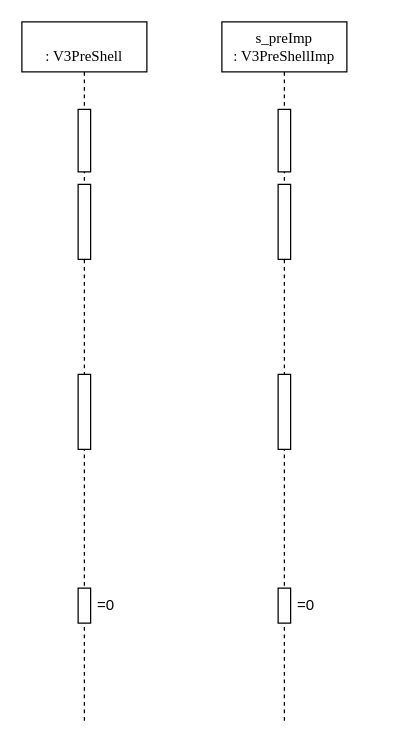
Above: verilator_digrams/YY_INPUT.drawio in Dercury/CLDK (draw.io), before the change. Source tidied: cells renumbered, new cells numbered last; positions are measured from the earlier drawing's top-left corner, leaving out a move shared by most shapes. Both pictures are drawn from the tidied source at 125%, with x=0, y=0 at pixel (21, 21).
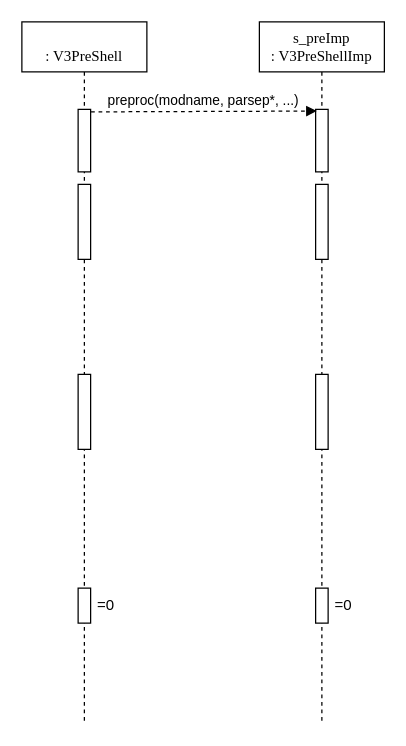
After the change.

Change to the diagram source:
```diff
@@
 <mxGraphModel>
   <root>
     <mxCell id="0" />
     <mxCell id="1" parent="0" />
     <mxCell id="2" value="&lt;br&gt;: V3PreShell" style="shape=umlLifeline;perimeter=lifelinePerimeter;whiteSpace=wrap;html=1;fontFamily=Times New Roman;" parent="1" vertex="1">
       <mxGeometry width="100" height="562" as="geometry" />
     </mxCell>
     <mxCell id="3" style="html=1;points=[];perimeter=orthogonalPerimeter;" parent="2" vertex="1">
       <mxGeometry x="45" y="70" width="10" height="50" as="geometry" />
     </mxCell>
     <mxCell id="4" style="html=1;perimeter=orthogonalPerimeter;" parent="2" vertex="1">
       <mxGeometry x="45" y="130" width="10" height="60" as="geometry" />
     </mxCell>
     <mxCell id="5" style="html=1;perimeter=orthogonalPerimeter;" parent="2" vertex="1">
       <mxGeometry x="45" y="282" width="10" height="60" as="geometry" />
     </mxCell>
     <mxCell id="6" style="html=1;perimeter=orthogonalPerimeter;" parent="2" vertex="1">
       <mxGeometry x="45" y="453" width="10" height="28" as="geometry" />
     </mxCell>
     <mxCell id="7" value="=0" style="text;html=1;strokeColor=none;fillColor=none;align=center;verticalAlign=middle;whiteSpace=wrap;rounded=0;dashed=1;dashPattern=1 1;" parent="2" vertex="1">
       <mxGeometry x="55" y="457" width="25" height="20" as="geometry" />
     </mxCell>
     <mxCell id="8" value="s_preImp&lt;br&gt;: V3PreShellImp" style="shape=umlLifeline;perimeter=lifelinePerimeter;whiteSpace=wrap;html=1;fontFamily=Times New Roman;" parent="1" vertex="1">
-      <mxGeometry x="160" width="100" height="562" as="geometry" />
+      <mxGeometry x="190" width="100" height="562" as="geometry" />
     </mxCell>
     <mxCell id="9" style="html=1;points=[];perimeter=orthogonalPerimeter;" parent="8" vertex="1">
       <mxGeometry x="45" y="70" width="10" height="50" as="geometry" />
     </mxCell>
     <mxCell id="10" style="html=1;perimeter=orthogonalPerimeter;" parent="8" vertex="1">
       <mxGeometry x="45" y="130" width="10" height="60" as="geometry" />
     </mxCell>
     <mxCell id="11" style="html=1;perimeter=orthogonalPerimeter;" parent="8" vertex="1">
       <mxGeometry x="45" y="282" width="10" height="60" as="geometry" />
     </mxCell>
     <mxCell id="12" style="html=1;perimeter=orthogonalPerimeter;" parent="8" vertex="1">
       <mxGeometry x="45" y="453" width="10" height="28" as="geometry" />
     </mxCell>
     <mxCell id="13" value="=0" style="text;html=1;strokeColor=none;fillColor=none;align=center;verticalAlign=middle;whiteSpace=wrap;rounded=0;dashed=1;dashPattern=1 1;" parent="8" vertex="1">
       <mxGeometry x="55" y="457" width="25" height="20" as="geometry" />
     </mxCell>
+    <mxCell id="14" value="preproc(modname, parsep*, ...)" style="html=1;verticalAlign=bottom;endArrow=block;dashed=1;exitX=1.033;exitY=0.04;exitDx=0;exitDy=0;exitPerimeter=0;entryX=0.1;entryY=0.027;entryDx=0;entryDy=0;entryPerimeter=0;" parent="1" edge="1" source="3" target="9">
+      <mxGeometry relative="1" as="geometry" />
+    </mxCell>
   </root>
 </mxGraphModel>
```
